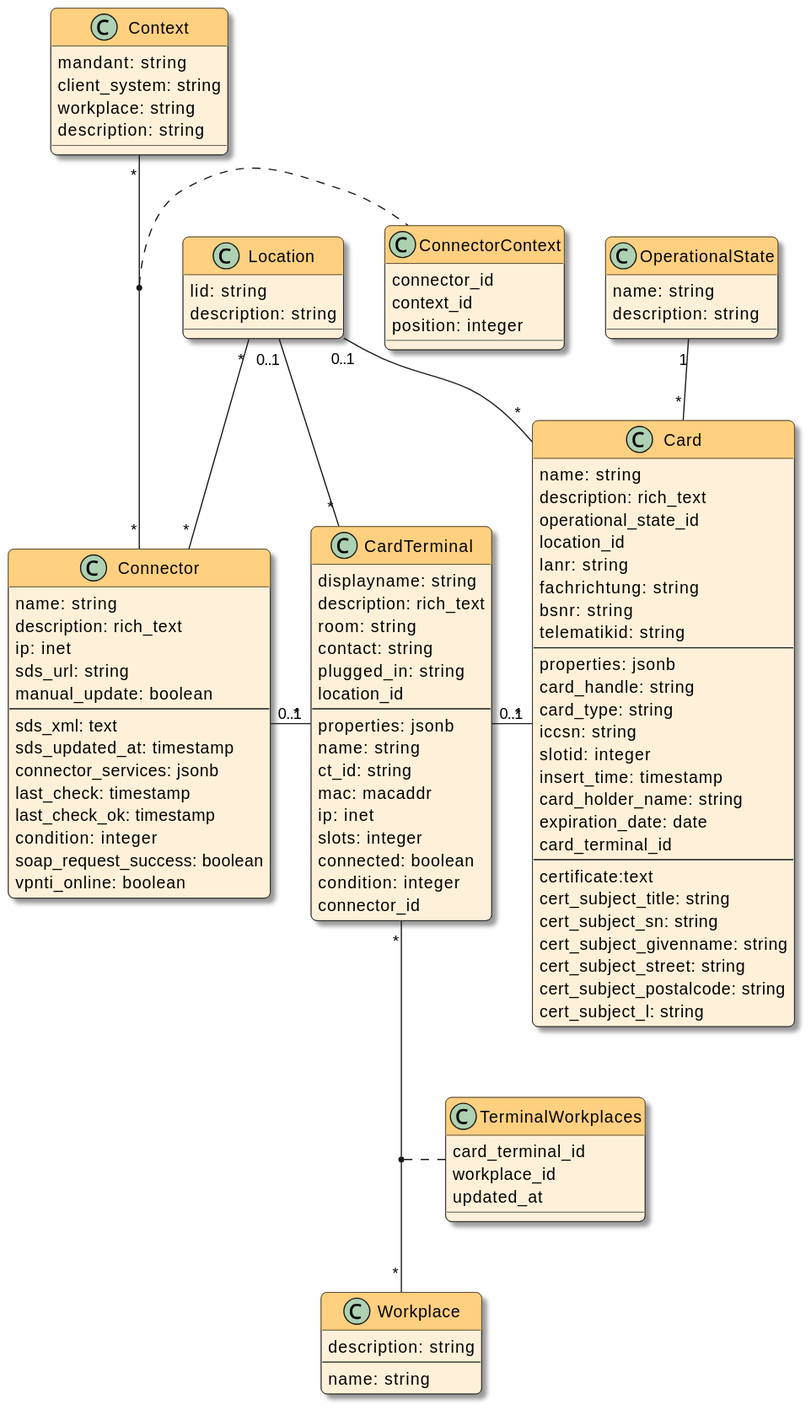
Earlier version of the PlantUML export docs/devnotes/_images/models.svg (swobspace/cocard).
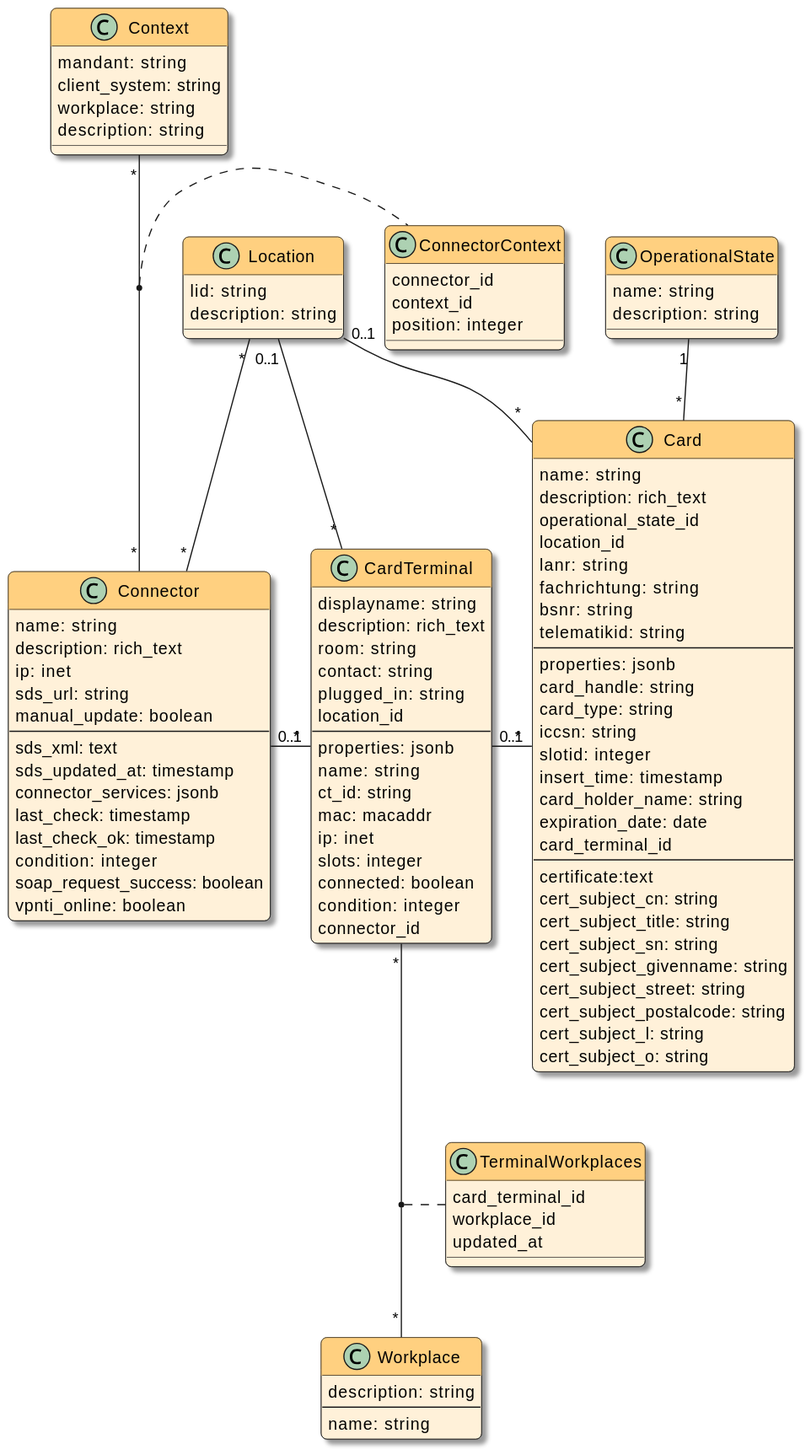
After the commit.

Commit message:
add #cert_subject_o and #cert_subject_cn

The edit, as a diff of the source:
```diff
@@ -78,12 +78,14 @@
   card_terminal_id
   --
   certificate:text
+  cert_subject_cn: string
   cert_subject_title: string
   cert_subject_sn: string
   cert_subject_givenname: string
   cert_subject_street: string
   cert_subject_postalcode: string
   cert_subject_l: string
+  cert_subject_o: string
 }
 
 class Workplace {
```
